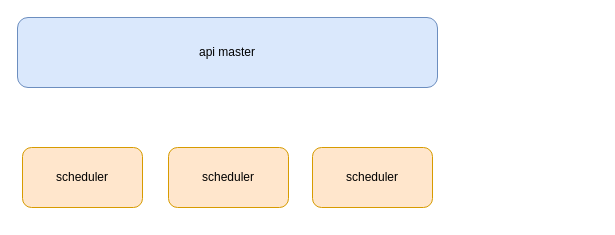
The draw.io diagram alubisi.drawio in mumodenan/draw.io, before the edit. Source tidied: cells renumbered, new cells numbered last; positions are measured from the earlier drawing's top-left corner, leaving out a move shared by most shapes. Both pictures are drawn from the tidied source at 100%, with x=0, y=0 at pixel (17, 17).
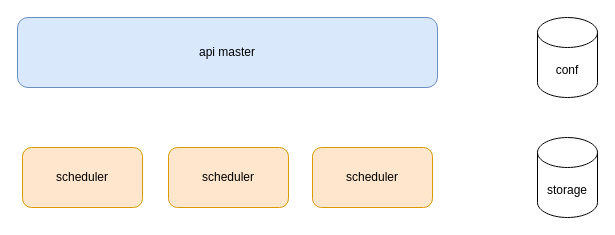
The same page after the edit.

What changed in the source:
```diff
@@
 <mxGraphModel>
   <root>
     <mxCell id="0" />
     <mxCell id="1" parent="0" />
     <mxCell id="2" value="api master" style="rounded=1;whiteSpace=wrap;html=1;fillColor=#dae8fc;strokeColor=#6c8ebf;" parent="1" vertex="1">
       <mxGeometry width="420" height="70" as="geometry" />
     </mxCell>
     <mxCell id="3" value="scheduler" style="rounded=1;whiteSpace=wrap;html=1;fillColor=#ffe6cc;strokeColor=#d79b00;" parent="1" vertex="1">
       <mxGeometry x="5" y="130" width="120" height="60" as="geometry" />
     </mxCell>
     <mxCell id="4" value="scheduler" style="rounded=1;whiteSpace=wrap;html=1;fillColor=#ffe6cc;strokeColor=#d79b00;" parent="1" vertex="1">
       <mxGeometry x="151" y="130" width="120" height="60" as="geometry" />
     </mxCell>
     <mxCell id="5" value="scheduler" style="rounded=1;whiteSpace=wrap;html=1;fillColor=#ffe6cc;strokeColor=#d79b00;" parent="1" vertex="1">
       <mxGeometry x="295" y="130" width="120" height="60" as="geometry" />
     </mxCell>
+    <mxCell id="6" value="conf" style="shape=cylinder3;whiteSpace=wrap;html=1;boundedLbl=1;backgroundOutline=1;size=15;" parent="1" vertex="1">
+      <mxGeometry x="520" width="60" height="80" as="geometry" />
+    </mxCell>
+    <mxCell id="7" value="storage" style="shape=cylinder3;whiteSpace=wrap;html=1;boundedLbl=1;backgroundOutline=1;size=15;" parent="1" vertex="1">
+      <mxGeometry x="520" y="120" width="60" height="80" as="geometry" />
+    </mxCell>
   </root>
 </mxGraphModel>
```
